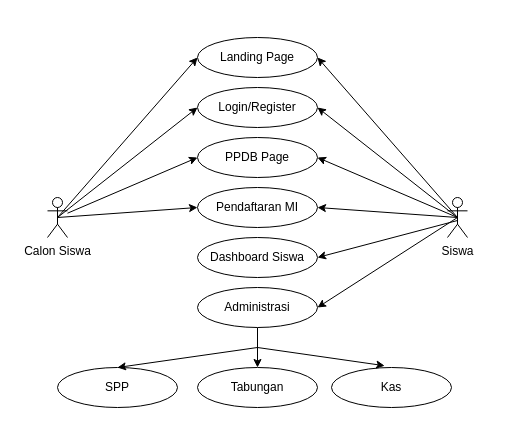
This is Diagram Tanpa Judul.drawio from Minamiichi/misutasv1, a draw.io file, before an edit. Source tidied: cells renumbered, new cells numbered last; positions are measured from the earlier drawing's top-left corner, leaving out a move shared by most shapes. Both pictures are drawn from the tidied source at 100%, with x=0, y=0 at pixel (47, 37).
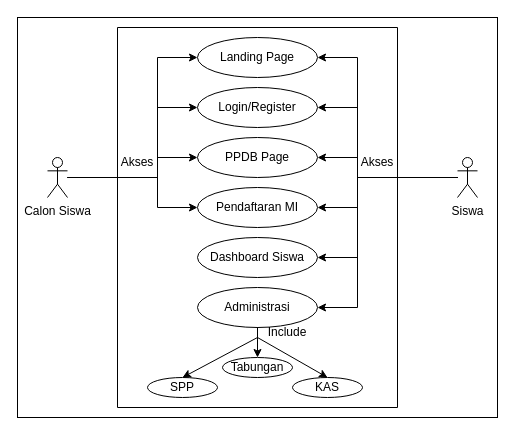
The same page after the edit.

The change refers to these unchanged cells:
```xml
<mxCell id="4" value="Landing Page" style="ellipse;whiteSpace=wrap;html=1;" parent="1" vertex="1">
  <mxGeometry x="150" width="120" height="40" as="geometry" />
</mxCell>
<mxCell id="5" value="Login/Register" style="ellipse;whiteSpace=wrap;html=1;" parent="1" vertex="1">
  <mxGeometry x="150" y="50" width="120" height="40" as="geometry" />
</mxCell>
<mxCell id="6" value="PPDB Page" style="ellipse;whiteSpace=wrap;html=1;" parent="1" vertex="1">
  <mxGeometry x="150" y="100" width="120" height="40" as="geometry" />
</mxCell>
<mxCell id="7" value="Pendaftaran MI" style="ellipse;whiteSpace=wrap;html=1;" parent="1" vertex="1">
  <mxGeometry x="150" y="150" width="120" height="40" as="geometry" />
</mxCell>
<mxCell id="8" value="Dashboard Siswa" style="ellipse;whiteSpace=wrap;html=1;" parent="1" vertex="1">
  <mxGeometry x="150" y="200" width="120" height="40" as="geometry" />
</mxCell>
<mxCell id="10" value="Administrasi" style="ellipse;whiteSpace=wrap;html=1;" parent="1" vertex="1">
  <mxGeometry x="150" y="250" width="120" height="40" as="geometry" />
</mxCell>
```

The edit, as a diff of the source:
```diff
@@
+    <mxCell id="26" style="rounded=0;whiteSpace=wrap;html=1;" parent="1" vertex="1">
+      <mxGeometry x="-30" y="-20" width="480" height="400" as="geometry" />
+    </mxCell>
+    <mxCell id="24" style="edgeStyle=orthogonalEdgeStyle;rounded=0;jettySize=auto;html=1;entryX=0;entryY=0.5;entryDx=0;entryDy=0;" parent="1" edge="1" source="2" target="6">
+      <mxGeometry relative="1" as="geometry">
+        <Array as="points">
+          <mxPoint x="110" y="140" />
+          <mxPoint x="110" y="120" />
+        </Array>
+      </mxGeometry>
+    </mxCell>
+    <mxCell id="25" style="edgeStyle=orthogonalEdgeStyle;rounded=0;jettySize=auto;html=1;" parent="1" edge="1" source="2" target="7">
+      <mxGeometry relative="1" as="geometry">
+        <Array as="points">
+          <mxPoint x="110" y="140" />
+          <mxPoint x="110" y="170" />
+        </Array>
+      </mxGeometry>
+    </mxCell>
+    <mxCell id="23" style="edgeStyle=orthogonalEdgeStyle;rounded=0;jettySize=auto;html=1;entryX=0;entryY=0.5;entryDx=0;entryDy=0;" parent="1" edge="1" source="2" target="5">
+      <mxGeometry relative="1" as="geometry">
+        <Array as="points">
+          <mxPoint x="110" y="140" />
+          <mxPoint x="110" y="70" />
+        </Array>
+      </mxGeometry>
+    </mxCell>
+    <mxCell id="22" style="edgeStyle=orthogonalEdgeStyle;rounded=0;jettySize=auto;html=1;entryX=0;entryY=0.5;entryDx=0;entryDy=0;" parent="1" edge="1" source="2" target="4">
+      <mxGeometry x="0.16" y="-35" relative="1" as="geometry">
+        <Array as="points">
+          <mxPoint x="110" y="140" />
+          <mxPoint x="110" y="20" />
+        </Array>
+      </mxGeometry>
+    </mxCell>
     <mxCell id="2" value="Calon Siswa" style="shape=umlActor;verticalLabelPosition=bottom;verticalAlign=top;html=1;outlineConnect=0;" parent="1" vertex="1">
-      <mxGeometry y="160" width="20" height="40" as="geometry" />
+      <mxGeometry y="120" width="20" height="40" as="geometry" />
     </mxCell>
+    <mxCell id="27" style="edgeStyle=orthogonalEdgeStyle;rounded=0;jettySize=auto;html=1;entryX=1;entryY=0.5;entryDx=0;entryDy=0;" parent="1" edge="1" source="3" target="10">
+      <mxGeometry relative="1" as="geometry">
+        <Array as="points">
+          <mxPoint x="310" y="140" />
+          <mxPoint x="310" y="270" />
+        </Array>
+      </mxGeometry>
+    </mxCell>
+    <mxCell id="28" style="edgeStyle=orthogonalEdgeStyle;rounded=0;jettySize=auto;html=1;entryX=1;entryY=0.5;entryDx=0;entryDy=0;" parent="1" edge="1" source="3" target="6">
+      <mxGeometry relative="1" as="geometry">
+        <Array as="points">
+          <mxPoint x="310" y="140" />
+          <mxPoint x="310" y="120" />
+        </Array>
+      </mxGeometry>
+    </mxCell>
+    <mxCell id="29" style="edgeStyle=orthogonalEdgeStyle;rounded=0;jettySize=auto;html=1;entryX=1;entryY=0.5;entryDx=0;entryDy=0;" parent="1" edge="1" source="3" target="7">
+      <mxGeometry relative="1" as="geometry">
+        <Array as="points">
+          <mxPoint x="310" y="140" />
+          <mxPoint x="310" y="170" />
+        </Array>
+      </mxGeometry>
+    </mxCell>
+    <mxCell id="30" style="edgeStyle=orthogonalEdgeStyle;rounded=0;jettySize=auto;html=1;entryX=1;entryY=0.5;entryDx=0;entryDy=0;" parent="1" edge="1" source="3" target="8">
+      <mxGeometry relative="1" as="geometry">
+        <Array as="points">
+          <mxPoint x="310" y="140" />
+          <mxPoint x="310" y="220" />
+        </Array>
+      </mxGeometry>
+    </mxCell>
+    <mxCell id="31" style="edgeStyle=orthogonalEdgeStyle;rounded=0;jettySize=auto;html=1;entryX=1;entryY=0.5;entryDx=0;entryDy=0;" parent="1" edge="1" source="3" target="5">
+      <mxGeometry x="0.62" y="20" relative="1" as="geometry">
+        <Array as="points">
+          <mxPoint x="310" y="140" />
+          <mxPoint x="310" y="70" />
+        </Array>
+      </mxGeometry>
+    </mxCell>
+    <mxCell id="32" style="edgeStyle=orthogonalEdgeStyle;rounded=0;jettySize=auto;html=1;entryX=1;entryY=0.5;entryDx=0;entryDy=0;" parent="1" edge="1" source="3" target="4">
+      <mxGeometry relative="1" as="geometry">
+        <Array as="points">
+          <mxPoint x="310" y="140" />
+          <mxPoint x="310" y="20" />
+        </Array>
+      </mxGeometry>
+    </mxCell>
     <mxCell id="3" value="Siswa&lt;br&gt;" style="shape=umlActor;verticalLabelPosition=bottom;verticalAlign=top;html=1;outlineConnect=0;" parent="1" vertex="1">
-      <mxGeometry x="400" y="160" width="20" height="40" as="geometry" />
+      <mxGeometry x="410" y="120" width="20" height="40" as="geometry" />
     </mxCell>
@@
-    <mxCell id="9" style="edgeStyle=orthogonalEdgeStyle;rounded=0;jettySize=auto;html=1;entryX=0.5;entryY=0;entryDx=0;entryDy=0;" parent="1" edge="1" source="10" target="12">
-      <mxGeometry relative="1" as="geometry" />
-    </mxCell>
@@
-    <mxCell id="11" value="Kas" style="ellipse;whiteSpace=wrap;html=1;" parent="1" vertex="1">
-      <mxGeometry x="284" y="330" width="120" height="40" as="geometry" />
-    </mxCell>
     <mxCell id="12" value="Tabungan" style="ellipse;whiteSpace=wrap;html=1;" parent="1" vertex="1">
-      <mxGeometry x="150" y="330" width="120" height="40" as="geometry" />
+      <mxGeometry x="175" y="320" width="70" height="20" as="geometry" />
     </mxCell>
+    <mxCell id="33" value="KAS" style="ellipse;whiteSpace=wrap;html=1;" parent="1" vertex="1">
+      <mxGeometry x="245" y="340" width="70" height="20" as="geometry" />
+    </mxCell>
     <mxCell id="13" value="SPP" style="ellipse;whiteSpace=wrap;html=1;" parent="1" vertex="1">
-      <mxGeometry x="10" y="330" width="120" height="40" as="geometry" />
+      <mxGeometry x="100" y="340" width="70" height="20" as="geometry" />
     </mxCell>
-    <mxCell id="14" style="endArrow=classic;html=1;rounded=0;entryX=0.443;entryY=-0.044;entryDx=0;entryDy=0;entryPerimeter=0;" parent="1" edge="1" target="11">
-      <mxGeometry relative="1" as="geometry">
-        <mxPoint x="210" y="310" as="sourcePoint" />
-      </mxGeometry>
-    </mxCell>
-    <mxCell id="15" style="endArrow=classic;html=1;rounded=0;entryX=0.5;entryY=0;entryDx=0;entryDy=0;" parent="1" edge="1" target="13">
-      <mxGeometry relative="1" as="geometry">
-        <mxPoint x="210" y="310" as="sourcePoint" />
-      </mxGeometry>
-    </mxCell>
-    <mxCell id="16" style="endArrow=classic;html=1;rounded=0;entryX=1;entryY=0.5;entryDx=0;entryDy=0;" parent="1" edge="1" target="10">
-      <mxGeometry relative="1" as="geometry">
-        <mxPoint x="410" y="180" as="sourcePoint" />
-      </mxGeometry>
-    </mxCell>
-    <mxCell id="17" style="endArrow=classic;html=1;rounded=0;entryX=1;entryY=0.5;entryDx=0;entryDy=0;" parent="1" edge="1" target="8">
-      <mxGeometry relative="1" as="geometry">
-        <mxPoint x="410" y="183" as="sourcePoint" />
-      </mxGeometry>
-    </mxCell>
-    <mxCell id="18" style="endArrow=classic;html=1;rounded=0;entryX=1;entryY=0.5;entryDx=0;entryDy=0;" parent="1" edge="1" target="6">
-      <mxGeometry relative="1" as="geometry">
-        <mxPoint x="410" y="180" as="sourcePoint" />
-      </mxGeometry>
-    </mxCell>
-    <mxCell id="19" style="endArrow=classic;html=1;rounded=0;" parent="1" edge="1">
-      <mxGeometry relative="1" as="geometry">
-        <mxPoint x="410" y="180" as="sourcePoint" />
-        <mxPoint x="270" y="170" as="targetPoint" />
-      </mxGeometry>
-    </mxCell>
-    <mxCell id="20" style="endArrow=classic;html=1;rounded=0;entryX=1;entryY=0.5;entryDx=0;entryDy=0;" parent="1" edge="1" target="5">
-      <mxGeometry relative="1" as="geometry">
-        <mxPoint x="410" y="180" as="sourcePoint" />
-      </mxGeometry>
-    </mxCell>
-    <mxCell id="21" style="endArrow=classic;html=1;rounded=0;entryX=1;entryY=0.5;entryDx=0;entryDy=0;" parent="1" edge="1" target="4">
-      <mxGeometry relative="1" as="geometry">
-        <mxPoint x="410" y="180" as="sourcePoint" />
-      </mxGeometry>
-    </mxCell>
-    <mxCell id="22" style="endArrow=classic;html=1;rounded=0;exitX=0.5;exitY=0.5;exitDx=0;exitDy=0;exitPerimeter=0;entryX=0;entryY=0.5;entryDx=0;entryDy=0;" parent="1" edge="1" source="2" target="4">
-      <mxGeometry relative="1" as="geometry" />
-    </mxCell>
-    <mxCell id="23" style="endArrow=classic;html=1;rounded=0;exitX=0.5;exitY=0.5;exitDx=0;exitDy=0;exitPerimeter=0;entryX=0;entryY=0.5;entryDx=0;entryDy=0;" parent="1" edge="1" source="2" target="5">
-      <mxGeometry relative="1" as="geometry" />
-    </mxCell>
-    <mxCell id="24" style="endArrow=classic;html=1;rounded=0;entryX=0;entryY=0.5;entryDx=0;entryDy=0;" parent="1" edge="1" source="2" target="6">
-      <mxGeometry relative="1" as="geometry" />
-    </mxCell>
-    <mxCell id="25" style="endArrow=classic;html=1;rounded=0;entryX=0;entryY=0.5;entryDx=0;entryDy=0;exitX=0.5;exitY=0.5;exitDx=0;exitDy=0;exitPerimeter=0;" parent="1" edge="1" source="2" target="7">
-      <mxGeometry relative="1" as="geometry" />
-    </mxCell>
+    <mxCell id="34" style="endArrow=classic;html=1;rounded=0;exitX=0.5;exitY=1;exitDx=0;exitDy=0;entryX=0.5;entryY=0;entryDx=0;entryDy=0;" parent="1" edge="1" source="10" target="33">
+      <mxGeometry relative="1" as="geometry">
+        <Array as="points">
+          <mxPoint x="210" y="300" />
+        </Array>
+      </mxGeometry>
+    </mxCell>
+    <mxCell id="35" style="endArrow=classic;html=1;rounded=0;exitX=0.5;exitY=1;exitDx=0;exitDy=0;entryX=0.5;entryY=0;entryDx=0;entryDy=0;" parent="1" edge="1" source="10" target="13">
+      <mxGeometry relative="1" as="geometry">
+        <Array as="points">
+          <mxPoint x="210" y="300" />
+        </Array>
+      </mxGeometry>
+    </mxCell>
+    <mxCell id="36" style="endArrow=classic;html=1;rounded=0;entryX=0.5;entryY=0;entryDx=0;entryDy=0;" parent="1" edge="1" target="12">
+      <mxGeometry relative="1" as="geometry">
+        <mxPoint x="210" y="290" as="sourcePoint" />
+      </mxGeometry>
+    </mxCell>
+    <mxCell id="37" style="endArrow=none;html=1;rounded=0;" parent="1" edge="1">
+      <mxGeometry relative="1" as="geometry">
+        <mxPoint x="350" y="370" as="sourcePoint" />
+        <mxPoint x="70" y="-10" as="targetPoint" />
+        <Array as="points">
+          <mxPoint x="350" y="-10" />
+        </Array>
+      </mxGeometry>
+    </mxCell>
+    <mxCell id="38" style="endArrow=none;html=1;rounded=0;" parent="1" edge="1">
+      <mxGeometry relative="1" as="geometry">
+        <mxPoint x="350" y="370" as="sourcePoint" />
+        <mxPoint x="70" y="-10" as="targetPoint" />
+        <Array as="points">
+          <mxPoint x="70" y="370" />
+        </Array>
+      </mxGeometry>
+    </mxCell>
+    <mxCell id="39" value="Akses" style="text;html=1;strokeColor=none;fillColor=none;align=center;verticalAlign=middle;whiteSpace=wrap;rounded=0;" parent="1" vertex="1">
+      <mxGeometry x="300" y="110" width="60" height="30" as="geometry" />
+    </mxCell>
+    <mxCell id="40" value="Akses" style="text;html=1;strokeColor=none;fillColor=none;align=center;verticalAlign=middle;whiteSpace=wrap;rounded=0;" parent="1" vertex="1">
+      <mxGeometry x="60" y="110" width="60" height="30" as="geometry" />
+    </mxCell>
+    <mxCell id="41" value="Include" style="text;html=1;strokeColor=none;fillColor=none;align=center;verticalAlign=middle;whiteSpace=wrap;rounded=0;" parent="1" vertex="1">
+      <mxGeometry x="210" y="280" width="60" height="30" as="geometry" />
+    </mxCell>
```
